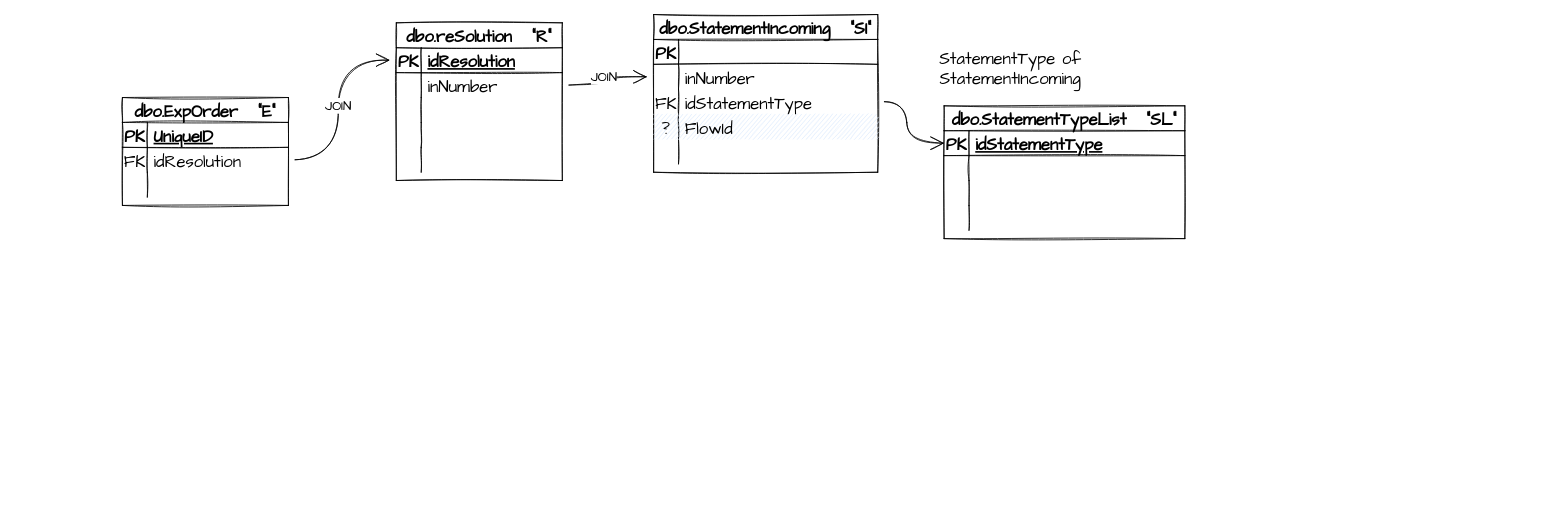
Above: SQL/GRLS/dbo/StoredProc/GetRpTaskBMCP.sql/GetRpTaskBMCP.drawio in davyd0ff/so-line-grls (draw.io), before the change. Source tidied: cells renumbered, new cells numbered last; positions are measured from the earlier drawing's top-left corner, leaving out a move shared by most shapes. Both pictures are drawn from the tidied source at 83%, with x=0, y=0 at pixel (122, 14).
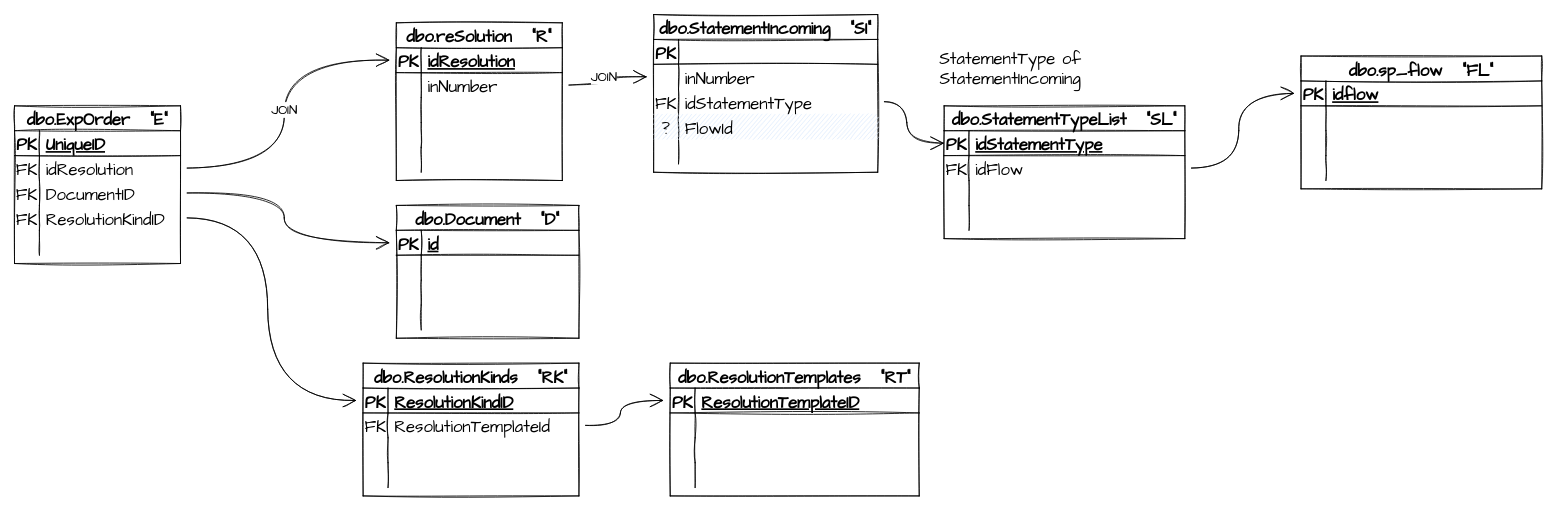
The same diagram, later.

Unchanged cells that the change refers to:
```xml
<mxCell id="9" style="shape=tableRow;horizontal=0;startSize=0;swimlaneHead=0;swimlaneBody=0;fillColor=none;points=[[0,0.5],[1,0.5]];portConstraint=eastwest;top=0;left=0;right=0;bottom=0;sketch=1;hachureGap=4;fontFamily=Architects Daughter;fontSize=20;" parent="2" vertex="1">
  <mxGeometry y="90" width="200" height="30" as="geometry" />
</mxCell>
<mxCell id="50" style="shape=tableRow;horizontal=0;startSize=0;swimlaneHead=0;swimlaneBody=0;fillColor=none;points=[[0,0.5],[1,0.5]];portConstraint=eastwest;top=0;left=0;right=0;bottom=0;sketch=1;hachureGap=4;fontFamily=Architects Daughter;fontSize=20;" parent="46" vertex="1">
  <mxGeometry y="60" width="290" height="30" as="geometry" />
</mxCell>
```

The edit, as a diff of the source:
```diff
@@
     <mxCell id="2" value="dbo.ExpOrder   &quot;E&quot;" style="shape=table;startSize=30;childLayout=tableLayout;rowLines=0;fontStyle=1;align=center;sketch=1;hachureGap=4;fontFamily=Architects Daughter;fontSize=20;" parent="1" vertex="1">
-      <mxGeometry y="100" width="200" height="130" as="geometry" />
+      <mxGeometry x="-130" y="110" width="200" height="190" as="geometry" />
     </mxCell>
@@
-    <mxCell id="10" style="shape=partialRectangle;fillColor=none;top=0;left=0;bottom=0;right=0;overflow=hidden;sketch=1;hachureGap=4;fontFamily=Architects Daughter;fontSize=20;" parent="9" vertex="1">
+    <mxCell id="10" value="FK" style="shape=partialRectangle;fillColor=none;top=0;left=0;bottom=0;right=0;overflow=hidden;sketch=1;hachureGap=4;fontFamily=Architects Daughter;fontSize=20;" parent="9" vertex="1">
       <mxGeometry width="30" height="30" as="geometry" />
     </mxCell>
-    <mxCell id="11" value=" " style="shape=partialRectangle;fillColor=none;top=0;left=0;bottom=0;right=0;align=left;spacingLeft=6;overflow=hidden;sketch=1;hachureGap=4;fontFamily=Architects Daughter;fontSize=20;" parent="9" vertex="1">
+    <mxCell id="11" value="DocumentID" style="shape=partialRectangle;fillColor=none;top=0;left=0;bottom=0;right=0;align=left;spacingLeft=6;overflow=hidden;sketch=1;hachureGap=4;fontFamily=Architects Daughter;fontSize=20;" parent="9" vertex="1">
       <mxGeometry x="30" width="170" height="30" as="geometry" />
     </mxCell>
+    <mxCell id="61" style="shape=tableRow;horizontal=0;startSize=0;swimlaneHead=0;swimlaneBody=0;fillColor=none;points=[[0,0.5],[1,0.5]];portConstraint=eastwest;top=0;left=0;right=0;bottom=0;sketch=1;hachureGap=4;fontFamily=Architects Daughter;fontSize=20;" parent="2" vertex="1">
+      <mxGeometry y="120" width="200" height="30" as="geometry" />
+    </mxCell>
+    <mxCell id="62" value="FK" style="shape=partialRectangle;fillColor=none;top=0;left=0;bottom=0;right=0;overflow=hidden;sketch=1;hachureGap=4;fontFamily=Architects Daughter;fontSize=20;" parent="61" vertex="1">
+      <mxGeometry width="30" height="30" as="geometry" />
+    </mxCell>
+    <mxCell id="63" value="ResolutionKindID" style="shape=partialRectangle;fillColor=none;top=0;left=0;bottom=0;right=0;align=left;spacingLeft=6;overflow=hidden;sketch=1;hachureGap=4;fontFamily=Architects Daughter;fontSize=20;" parent="61" vertex="1">
+      <mxGeometry x="30" width="170" height="30" as="geometry" />
+    </mxCell>
+    <mxCell id="64" style="shape=tableRow;horizontal=0;startSize=0;swimlaneHead=0;swimlaneBody=0;fillColor=none;top=0;left=0;right=0;bottom=0;sketch=1;hachureGap=4;fontFamily=Architects Daughter;fontSize=20;" parent="2" vertex="1">
+      <mxGeometry y="150" width="200" height="30" as="geometry" />
+    </mxCell>
+    <mxCell id="65" style="shape=partialRectangle;fillColor=none;top=0;left=0;bottom=0;right=0;overflow=hidden;sketch=1;hachureGap=4;fontFamily=Architects Daughter;fontSize=20;" parent="64" vertex="1">
+      <mxGeometry width="30" height="30" as="geometry" />
+    </mxCell>
+    <mxCell id="66" value=" " style="shape=partialRectangle;fillColor=none;top=0;left=0;bottom=0;right=0;align=left;spacingLeft=6;overflow=hidden;sketch=1;hachureGap=4;fontFamily=Architects Daughter;fontSize=20;" parent="64" vertex="1">
+      <mxGeometry x="30" width="170" height="30" as="geometry" />
+    </mxCell>
@@
-    <mxCell id="51" style="shape=partialRectangle;fillColor=none;top=0;left=0;bottom=0;right=0;overflow=hidden;sketch=1;hachureGap=4;fontFamily=Architects Daughter;fontSize=20;" parent="50" vertex="1">
+    <mxCell id="51" value="FK" style="shape=partialRectangle;fillColor=none;top=0;left=0;bottom=0;right=0;overflow=hidden;sketch=1;hachureGap=4;fontFamily=Architects Daughter;fontSize=20;" parent="50" vertex="1">
       <mxGeometry width="30" height="30" as="geometry" />
     </mxCell>
-    <mxCell id="52" style="shape=partialRectangle;fillColor=none;top=0;left=0;bottom=0;right=0;align=left;spacingLeft=6;overflow=hidden;sketch=1;hachureGap=4;fontFamily=Architects Daughter;fontSize=20;" parent="50" vertex="1">
+    <mxCell id="52" value="idFlow" style="shape=partialRectangle;fillColor=none;top=0;left=0;bottom=0;right=0;align=left;spacingLeft=6;overflow=hidden;sketch=1;hachureGap=4;fontFamily=Architects Daughter;fontSize=20;" parent="50" vertex="1">
       <mxGeometry x="30" width="260" height="30" as="geometry" />
     </mxCell>
@@
+    <mxCell id="67" value="dbo.Document   &quot;D&quot;" style="shape=table;startSize=30;childLayout=tableLayout;rowLines=0;fontStyle=1;align=center;sketch=1;hachureGap=4;fontFamily=Architects Daughter;fontSize=20;" parent="1" vertex="1">
+      <mxGeometry x="330" y="230" width="220" height="160" as="geometry" />
+    </mxCell>
+    <mxCell id="68" style="shape=tableRow;horizontal=0;startSize=0;swimlaneHead=0;swimlaneBody=0;fillColor=none;points=[[0,0.5],[1,0.5]];portConstraint=eastwest;top=0;left=0;right=0;bottom=1;sketch=1;hachureGap=4;fontFamily=Architects Daughter;fontSize=20;" parent="67" vertex="1">
+      <mxGeometry y="30" width="220" height="30" as="geometry" />
+    </mxCell>
+    <mxCell id="69" value="PK" style="shape=partialRectangle;fillColor=none;top=0;left=0;bottom=0;right=0;fontStyle=1;overflow=hidden;sketch=1;hachureGap=4;fontFamily=Architects Daughter;fontSize=20;" parent="68" vertex="1">
+      <mxGeometry width="30" height="30" as="geometry" />
+    </mxCell>
+    <mxCell id="70" value="id" style="shape=partialRectangle;fillColor=none;top=0;left=0;bottom=0;right=0;align=left;spacingLeft=6;fontStyle=5;overflow=hidden;sketch=1;hachureGap=4;fontFamily=Architects Daughter;fontSize=20;" parent="68" vertex="1">
+      <mxGeometry x="30" width="190" height="30" as="geometry" />
+    </mxCell>
+    <mxCell id="71" style="shape=tableRow;horizontal=0;startSize=0;swimlaneHead=0;swimlaneBody=0;fillColor=none;top=0;left=0;right=0;bottom=0;sketch=1;hachureGap=4;fontFamily=Architects Daughter;fontSize=20;" parent="67" vertex="1">
+      <mxGeometry y="60" width="220" height="30" as="geometry" />
+    </mxCell>
+    <mxCell id="72" style="shape=partialRectangle;fillColor=none;top=0;left=0;bottom=0;right=0;overflow=hidden;sketch=1;hachureGap=4;fontFamily=Architects Daughter;fontSize=20;" parent="71" vertex="1">
+      <mxGeometry width="30" height="30" as="geometry" />
+    </mxCell>
+    <mxCell id="73" style="shape=partialRectangle;fillColor=none;top=0;left=0;bottom=0;right=0;align=left;spacingLeft=6;overflow=hidden;sketch=1;hachureGap=4;fontFamily=Architects Daughter;fontSize=20;" parent="71" vertex="1">
+      <mxGeometry x="30" width="190" height="30" as="geometry" />
+    </mxCell>
+    <mxCell id="74" style="shape=tableRow;horizontal=0;startSize=0;swimlaneHead=0;swimlaneBody=0;fillColor=none;top=0;left=0;right=0;bottom=0;sketch=1;hachureGap=4;fontFamily=Architects Daughter;fontSize=20;" parent="67" vertex="1">
+      <mxGeometry y="90" width="220" height="30" as="geometry" />
+    </mxCell>
+    <mxCell id="75" style="shape=partialRectangle;fillColor=none;top=0;left=0;bottom=0;right=0;overflow=hidden;sketch=1;hachureGap=4;fontFamily=Architects Daughter;fontSize=20;" parent="74" vertex="1">
+      <mxGeometry width="30" height="30" as="geometry" />
+    </mxCell>
+    <mxCell id="76" style="shape=partialRectangle;fillColor=none;top=0;left=0;bottom=0;right=0;align=left;spacingLeft=6;overflow=hidden;sketch=1;hachureGap=4;fontFamily=Architects Daughter;fontSize=20;" parent="74" vertex="1">
+      <mxGeometry x="30" width="190" height="30" as="geometry" />
+    </mxCell>
+    <mxCell id="77" style="shape=tableRow;horizontal=0;startSize=0;swimlaneHead=0;swimlaneBody=0;fillColor=none;top=0;left=0;right=0;bottom=0;sketch=1;hachureGap=4;fontFamily=Architects Daughter;fontSize=20;" parent="67" vertex="1">
+      <mxGeometry y="120" width="220" height="30" as="geometry" />
+    </mxCell>
+    <mxCell id="78" style="shape=partialRectangle;fillColor=none;top=0;left=0;bottom=0;right=0;overflow=hidden;sketch=1;hachureGap=4;fontFamily=Architects Daughter;fontSize=20;" parent="77" vertex="1">
+      <mxGeometry width="30" height="30" as="geometry" />
+    </mxCell>
+    <mxCell id="79" style="shape=partialRectangle;fillColor=none;top=0;left=0;bottom=0;right=0;align=left;spacingLeft=6;overflow=hidden;sketch=1;hachureGap=4;fontFamily=Architects Daughter;fontSize=20;" parent="77" vertex="1">
+      <mxGeometry x="30" width="190" height="30" as="geometry" />
+    </mxCell>
+    <mxCell id="80" style="edgeStyle=orthogonalEdgeStyle;curved=1;rounded=0;sketch=1;hachureGap=4;jettySize=auto;html=1;fontFamily=Architects Daughter;fontSize=16;endArrow=open;startSize=14;endSize=14;sourcePerimeterSpacing=8;targetPerimeterSpacing=8;" parent="1" edge="1" source="9" target="68">
+      <mxGeometry relative="1" as="geometry" />
+    </mxCell>
+    <mxCell id="81" value="dbo.ResolutionKinds   &quot;RK&quot;" style="shape=table;startSize=30;childLayout=tableLayout;rowLines=0;fontStyle=1;align=center;sketch=1;hachureGap=4;fontFamily=Architects Daughter;fontSize=20;" parent="1" vertex="1">
+      <mxGeometry x="290" y="420" width="260" height="160" as="geometry" />
+    </mxCell>
+    <mxCell id="82" style="shape=tableRow;horizontal=0;startSize=0;swimlaneHead=0;swimlaneBody=0;fillColor=none;points=[[0,0.5],[1,0.5]];portConstraint=eastwest;top=0;left=0;right=0;bottom=1;sketch=1;hachureGap=4;fontFamily=Architects Daughter;fontSize=20;" parent="81" vertex="1">
+      <mxGeometry y="30" width="260" height="30" as="geometry" />
+    </mxCell>
+    <mxCell id="83" value="PK" style="shape=partialRectangle;fillColor=none;top=0;left=0;bottom=0;right=0;fontStyle=1;overflow=hidden;sketch=1;hachureGap=4;fontFamily=Architects Daughter;fontSize=20;" parent="82" vertex="1">
+      <mxGeometry width="30" height="30" as="geometry" />
+    </mxCell>
+    <mxCell id="84" value="ResolutionKindID" style="shape=partialRectangle;fillColor=none;top=0;left=0;bottom=0;right=0;align=left;spacingLeft=6;fontStyle=5;overflow=hidden;sketch=1;hachureGap=4;fontFamily=Architects Daughter;fontSize=20;" parent="82" vertex="1">
+      <mxGeometry x="30" width="230" height="30" as="geometry" />
+    </mxCell>
+    <mxCell id="85" style="shape=tableRow;horizontal=0;startSize=0;swimlaneHead=0;swimlaneBody=0;fillColor=none;points=[[0,0.5],[1,0.5]];portConstraint=eastwest;top=0;left=0;right=0;bottom=0;sketch=1;hachureGap=4;fontFamily=Architects Daughter;fontSize=20;" parent="81" vertex="1">
+      <mxGeometry y="60" width="260" height="30" as="geometry" />
+    </mxCell>
+    <mxCell id="86" value="FK" style="shape=partialRectangle;fillColor=none;top=0;left=0;bottom=0;right=0;overflow=hidden;sketch=1;hachureGap=4;fontFamily=Architects Daughter;fontSize=20;" parent="85" vertex="1">
+      <mxGeometry width="30" height="30" as="geometry" />
+    </mxCell>
+    <mxCell id="87" value="ResolutionTemplateId" style="shape=partialRectangle;fillColor=none;top=0;left=0;bottom=0;right=0;align=left;spacingLeft=6;overflow=hidden;sketch=1;hachureGap=4;fontFamily=Architects Daughter;fontSize=20;" parent="85" vertex="1">
+      <mxGeometry x="30" width="230" height="30" as="geometry" />
+    </mxCell>
+    <mxCell id="88" style="shape=tableRow;horizontal=0;startSize=0;swimlaneHead=0;swimlaneBody=0;fillColor=none;top=0;left=0;right=0;bottom=0;sketch=1;hachureGap=4;fontFamily=Architects Daughter;fontSize=20;" parent="81" vertex="1">
+      <mxGeometry y="90" width="260" height="30" as="geometry" />
+    </mxCell>
+    <mxCell id="89" style="shape=partialRectangle;fillColor=none;top=0;left=0;bottom=0;right=0;overflow=hidden;sketch=1;hachureGap=4;fontFamily=Architects Daughter;fontSize=20;" parent="88" vertex="1">
+      <mxGeometry width="30" height="30" as="geometry" />
+    </mxCell>
+    <mxCell id="90" style="shape=partialRectangle;fillColor=none;top=0;left=0;bottom=0;right=0;align=left;spacingLeft=6;overflow=hidden;sketch=1;hachureGap=4;fontFamily=Architects Daughter;fontSize=20;" parent="88" vertex="1">
+      <mxGeometry x="30" width="230" height="30" as="geometry" />
+    </mxCell>
+    <mxCell id="91" style="shape=tableRow;horizontal=0;startSize=0;swimlaneHead=0;swimlaneBody=0;fillColor=none;top=0;left=0;right=0;bottom=0;sketch=1;hachureGap=4;fontFamily=Architects Daughter;fontSize=20;" parent="81" vertex="1">
+      <mxGeometry y="120" width="260" height="30" as="geometry" />
+    </mxCell>
+    <mxCell id="92" style="shape=partialRectangle;fillColor=none;top=0;left=0;bottom=0;right=0;overflow=hidden;sketch=1;hachureGap=4;fontFamily=Architects Daughter;fontSize=20;" parent="91" vertex="1">
+      <mxGeometry width="30" height="30" as="geometry" />
+    </mxCell>
+    <mxCell id="93" style="shape=partialRectangle;fillColor=none;top=0;left=0;bottom=0;right=0;align=left;spacingLeft=6;overflow=hidden;sketch=1;hachureGap=4;fontFamily=Architects Daughter;fontSize=20;" parent="91" vertex="1">
+      <mxGeometry x="30" width="230" height="30" as="geometry" />
+    </mxCell>
+    <mxCell id="94" style="edgeStyle=orthogonalEdgeStyle;curved=1;rounded=0;sketch=1;hachureGap=4;jettySize=auto;html=1;fontFamily=Architects Daughter;fontSize=16;endArrow=open;startSize=14;endSize=14;sourcePerimeterSpacing=8;targetPerimeterSpacing=8;" parent="1" edge="1" source="61" target="82">
+      <mxGeometry relative="1" as="geometry" />
+    </mxCell>
+    <mxCell id="95" value="dbo.ResolutionTemplates   &quot;RT&quot;" style="shape=table;startSize=30;childLayout=tableLayout;rowLines=0;fontStyle=1;align=center;sketch=1;hachureGap=4;fontFamily=Architects Daughter;fontSize=20;" parent="1" vertex="1">
+      <mxGeometry x="660" y="420" width="300" height="160" as="geometry" />
+    </mxCell>
+    <mxCell id="96" style="shape=tableRow;horizontal=0;startSize=0;swimlaneHead=0;swimlaneBody=0;fillColor=none;points=[[0,0.5],[1,0.5]];portConstraint=eastwest;top=0;left=0;right=0;bottom=1;sketch=1;hachureGap=4;fontFamily=Architects Daughter;fontSize=20;" parent="95" vertex="1">
+      <mxGeometry y="30" width="300" height="30" as="geometry" />
+    </mxCell>
+    <mxCell id="97" value="PK" style="shape=partialRectangle;fillColor=none;top=0;left=0;bottom=0;right=0;fontStyle=1;overflow=hidden;sketch=1;hachureGap=4;fontFamily=Architects Daughter;fontSize=20;" parent="96" vertex="1">
+      <mxGeometry width="30" height="30" as="geometry" />
+    </mxCell>
+    <mxCell id="98" value="ResolutionTemplateID" style="shape=partialRectangle;fillColor=none;top=0;left=0;bottom=0;right=0;align=left;spacingLeft=6;fontStyle=5;overflow=hidden;sketch=1;hachureGap=4;fontFamily=Architects Daughter;fontSize=20;" parent="96" vertex="1">
+      <mxGeometry x="30" width="270" height="30" as="geometry" />
+    </mxCell>
+    <mxCell id="99" style="shape=tableRow;horizontal=0;startSize=0;swimlaneHead=0;swimlaneBody=0;fillColor=none;top=0;left=0;right=0;bottom=0;sketch=1;hachureGap=4;fontFamily=Architects Daughter;fontSize=20;" parent="95" vertex="1">
+      <mxGeometry y="60" width="300" height="30" as="geometry" />
+    </mxCell>
+    <mxCell id="100" style="shape=partialRectangle;fillColor=none;top=0;left=0;bottom=0;right=0;overflow=hidden;sketch=1;hachureGap=4;fontFamily=Architects Daughter;fontSize=20;" parent="99" vertex="1">
+      <mxGeometry width="30" height="30" as="geometry" />
+    </mxCell>
+    <mxCell id="101" style="shape=partialRectangle;fillColor=none;top=0;left=0;bottom=0;right=0;align=left;spacingLeft=6;overflow=hidden;sketch=1;hachureGap=4;fontFamily=Architects Daughter;fontSize=20;" parent="99" vertex="1">
+      <mxGeometry x="30" width="270" height="30" as="geometry" />
+    </mxCell>
+    <mxCell id="102" style="shape=tableRow;horizontal=0;startSize=0;swimlaneHead=0;swimlaneBody=0;fillColor=none;top=0;left=0;right=0;bottom=0;sketch=1;hachureGap=4;fontFamily=Architects Daughter;fontSize=20;" parent="95" vertex="1">
+      <mxGeometry y="90" width="300" height="30" as="geometry" />
+    </mxCell>
+    <mxCell id="103" style="shape=partialRectangle;fillColor=none;top=0;left=0;bottom=0;right=0;overflow=hidden;sketch=1;hachureGap=4;fontFamily=Architects Daughter;fontSize=20;" parent="102" vertex="1">
+      <mxGeometry width="30" height="30" as="geometry" />
+    </mxCell>
+    <mxCell id="104" style="shape=partialRectangle;fillColor=none;top=0;left=0;bottom=0;right=0;align=left;spacingLeft=6;overflow=hidden;sketch=1;hachureGap=4;fontFamily=Architects Daughter;fontSize=20;" parent="102" vertex="1">
+      <mxGeometry x="30" width="270" height="30" as="geometry" />
+    </mxCell>
+    <mxCell id="105" style="shape=tableRow;horizontal=0;startSize=0;swimlaneHead=0;swimlaneBody=0;fillColor=none;top=0;left=0;right=0;bottom=0;sketch=1;hachureGap=4;fontFamily=Architects Daughter;fontSize=20;" parent="95" vertex="1">
+      <mxGeometry y="120" width="300" height="30" as="geometry" />
+    </mxCell>
+    <mxCell id="106" style="shape=partialRectangle;fillColor=none;top=0;left=0;bottom=0;right=0;overflow=hidden;sketch=1;hachureGap=4;fontFamily=Architects Daughter;fontSize=20;" parent="105" vertex="1">
+      <mxGeometry width="30" height="30" as="geometry" />
+    </mxCell>
+    <mxCell id="107" style="shape=partialRectangle;fillColor=none;top=0;left=0;bottom=0;right=0;align=left;spacingLeft=6;overflow=hidden;sketch=1;hachureGap=4;fontFamily=Architects Daughter;fontSize=20;" parent="105" vertex="1">
+      <mxGeometry x="30" width="270" height="30" as="geometry" />
+    </mxCell>
+    <mxCell id="108" style="edgeStyle=orthogonalEdgeStyle;curved=1;rounded=0;sketch=1;hachureGap=4;jettySize=auto;html=1;fontFamily=Architects Daughter;fontSize=16;endArrow=open;startSize=14;endSize=14;sourcePerimeterSpacing=8;targetPerimeterSpacing=8;" parent="1" edge="1" source="85" target="96">
+      <mxGeometry relative="1" as="geometry" />
+    </mxCell>
+    <mxCell id="109" value="dbo.sp_flow   &quot;FL&quot;" style="shape=table;startSize=30;childLayout=tableLayout;rowLines=0;fontStyle=1;align=center;sketch=1;hachureGap=4;fontFamily=Architects Daughter;fontSize=20;" parent="1" vertex="1">
+      <mxGeometry x="1420" y="50" width="290" height="160" as="geometry" />
+    </mxCell>
+    <mxCell id="110" style="shape=tableRow;horizontal=0;startSize=0;swimlaneHead=0;swimlaneBody=0;fillColor=none;points=[[0,0.5],[1,0.5]];portConstraint=eastwest;top=0;left=0;right=0;bottom=1;sketch=1;hachureGap=4;fontFamily=Architects Daughter;fontSize=20;" parent="109" vertex="1">
+      <mxGeometry y="30" width="290" height="30" as="geometry" />
+    </mxCell>
+    <mxCell id="111" value="PK" style="shape=partialRectangle;fillColor=none;top=0;left=0;bottom=0;right=0;fontStyle=1;overflow=hidden;sketch=1;hachureGap=4;fontFamily=Architects Daughter;fontSize=20;" parent="110" vertex="1">
+      <mxGeometry width="30" height="30" as="geometry" />
+    </mxCell>
+    <mxCell id="112" value="idflow" style="shape=partialRectangle;fillColor=none;top=0;left=0;bottom=0;right=0;align=left;spacingLeft=6;fontStyle=5;overflow=hidden;sketch=1;hachureGap=4;fontFamily=Architects Daughter;fontSize=20;" parent="110" vertex="1">
+      <mxGeometry x="30" width="260" height="30" as="geometry" />
+    </mxCell>
+    <mxCell id="113" style="shape=tableRow;horizontal=0;startSize=0;swimlaneHead=0;swimlaneBody=0;fillColor=none;top=0;left=0;right=0;bottom=0;sketch=1;hachureGap=4;fontFamily=Architects Daughter;fontSize=20;" parent="109" vertex="1">
+      <mxGeometry y="60" width="290" height="30" as="geometry" />
+    </mxCell>
+    <mxCell id="114" style="shape=partialRectangle;fillColor=none;top=0;left=0;bottom=0;right=0;overflow=hidden;sketch=1;hachureGap=4;fontFamily=Architects Daughter;fontSize=20;" parent="113" vertex="1">
+      <mxGeometry width="30" height="30" as="geometry" />
+    </mxCell>
+    <mxCell id="115" style="shape=partialRectangle;fillColor=none;top=0;left=0;bottom=0;right=0;align=left;spacingLeft=6;overflow=hidden;sketch=1;hachureGap=4;fontFamily=Architects Daughter;fontSize=20;" parent="113" vertex="1">
+      <mxGeometry x="30" width="260" height="30" as="geometry" />
+    </mxCell>
+    <mxCell id="116" style="shape=tableRow;horizontal=0;startSize=0;swimlaneHead=0;swimlaneBody=0;fillColor=none;top=0;left=0;right=0;bottom=0;sketch=1;hachureGap=4;fontFamily=Architects Daughter;fontSize=20;" parent="109" vertex="1">
+      <mxGeometry y="90" width="290" height="30" as="geometry" />
+    </mxCell>
+    <mxCell id="117" style="shape=partialRectangle;fillColor=none;top=0;left=0;bottom=0;right=0;overflow=hidden;sketch=1;hachureGap=4;fontFamily=Architects Daughter;fontSize=20;" parent="116" vertex="1">
+      <mxGeometry width="30" height="30" as="geometry" />
+    </mxCell>
+    <mxCell id="118" value="  " style="shape=partialRectangle;fillColor=none;top=0;left=0;bottom=0;right=0;align=left;spacingLeft=6;overflow=hidden;sketch=1;hachureGap=4;fontFamily=Architects Daughter;fontSize=20;" parent="116" vertex="1">
+      <mxGeometry x="30" width="260" height="30" as="geometry" />
+    </mxCell>
+    <mxCell id="119" style="shape=tableRow;horizontal=0;startSize=0;swimlaneHead=0;swimlaneBody=0;fillColor=none;top=0;left=0;right=0;bottom=0;sketch=1;hachureGap=4;fontFamily=Architects Daughter;fontSize=20;" parent="109" vertex="1">
+      <mxGeometry y="120" width="290" height="30" as="geometry" />
+    </mxCell>
+    <mxCell id="120" style="shape=partialRectangle;fillColor=none;top=0;left=0;bottom=0;right=0;overflow=hidden;sketch=1;hachureGap=4;fontFamily=Architects Daughter;fontSize=20;" parent="119" vertex="1">
+      <mxGeometry width="30" height="30" as="geometry" />
+    </mxCell>
+    <mxCell id="121" value="   " style="shape=partialRectangle;fillColor=none;top=0;left=0;bottom=0;right=0;align=left;spacingLeft=6;overflow=hidden;sketch=1;hachureGap=4;fontFamily=Architects Daughter;fontSize=20;" parent="119" vertex="1">
+      <mxGeometry x="30" width="260" height="30" as="geometry" />
+    </mxCell>
+    <mxCell id="122" style="edgeStyle=orthogonalEdgeStyle;curved=1;rounded=0;sketch=1;hachureGap=4;jettySize=auto;html=1;fontFamily=Architects Daughter;fontSize=16;endArrow=open;startSize=14;endSize=14;sourcePerimeterSpacing=8;targetPerimeterSpacing=8;" parent="1" edge="1" source="50" target="110">
+      <mxGeometry relative="1" as="geometry" />
+    </mxCell>
```
